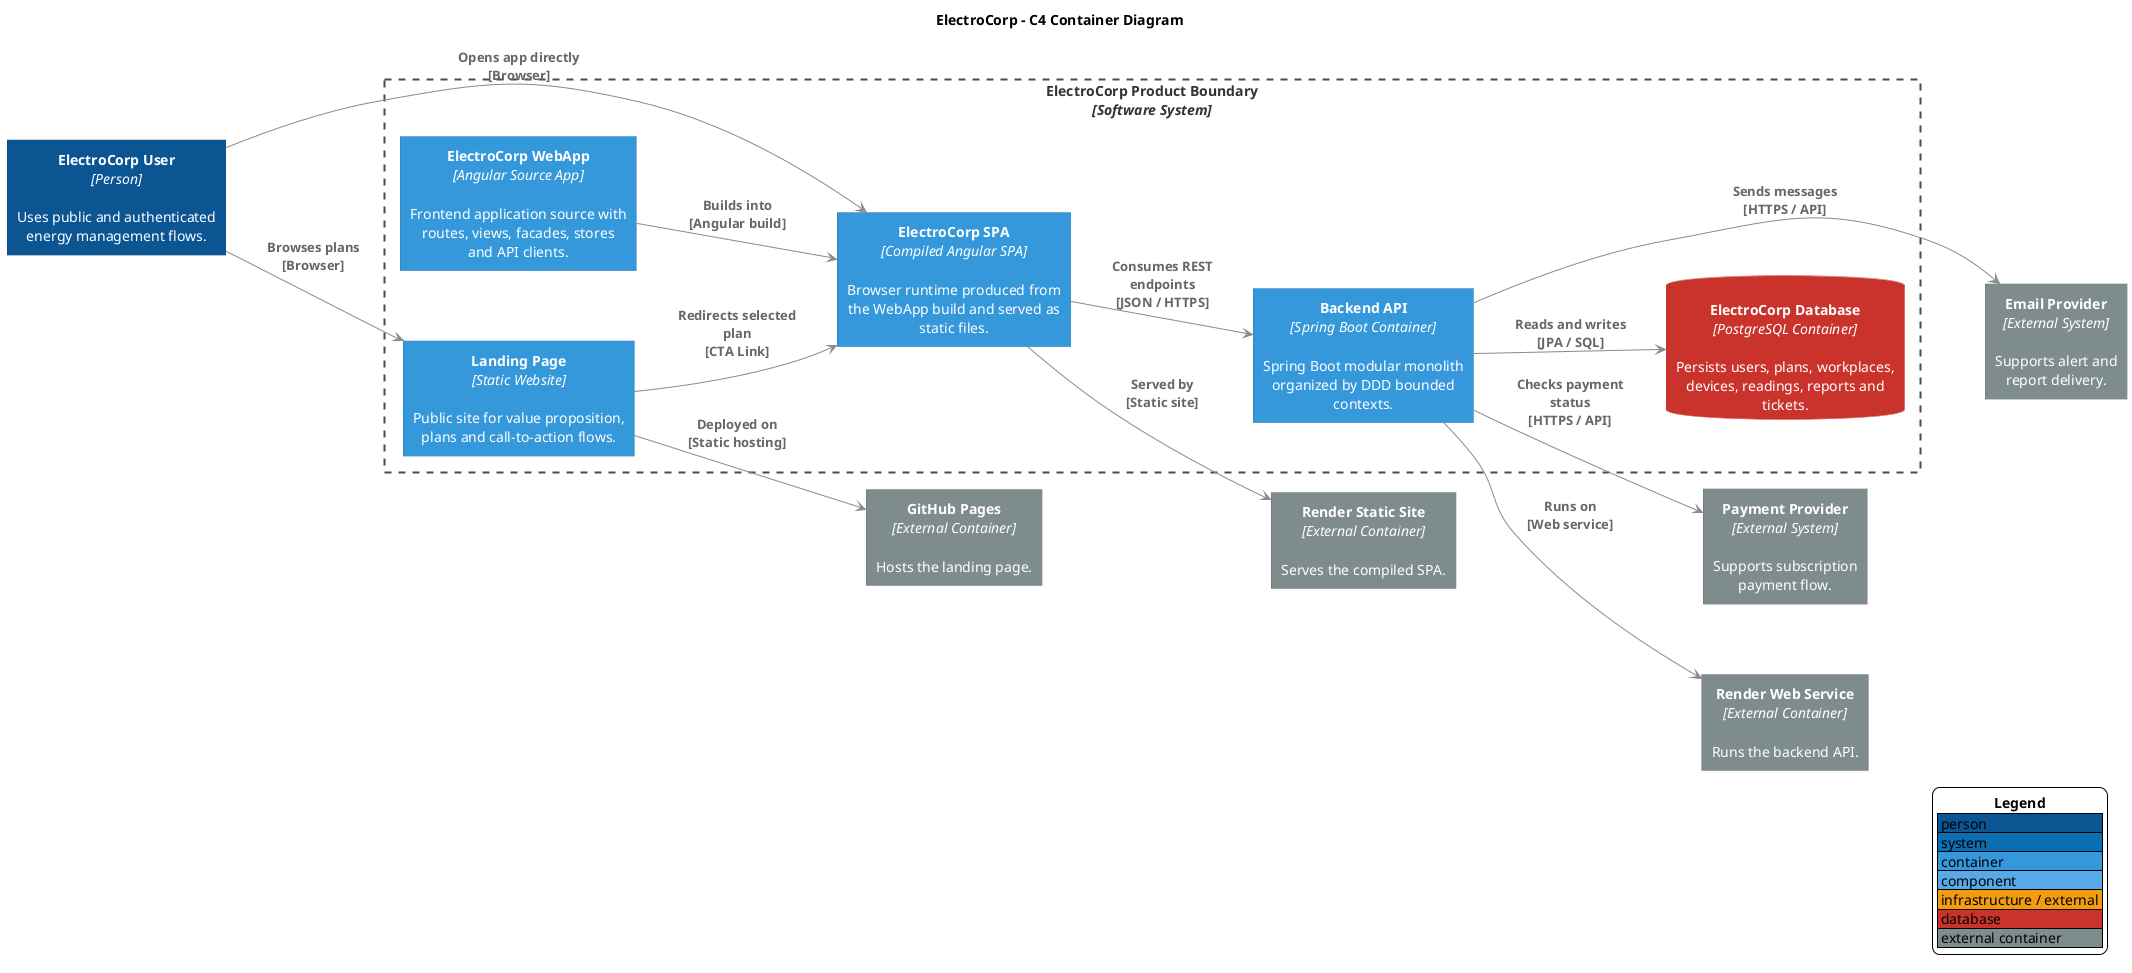
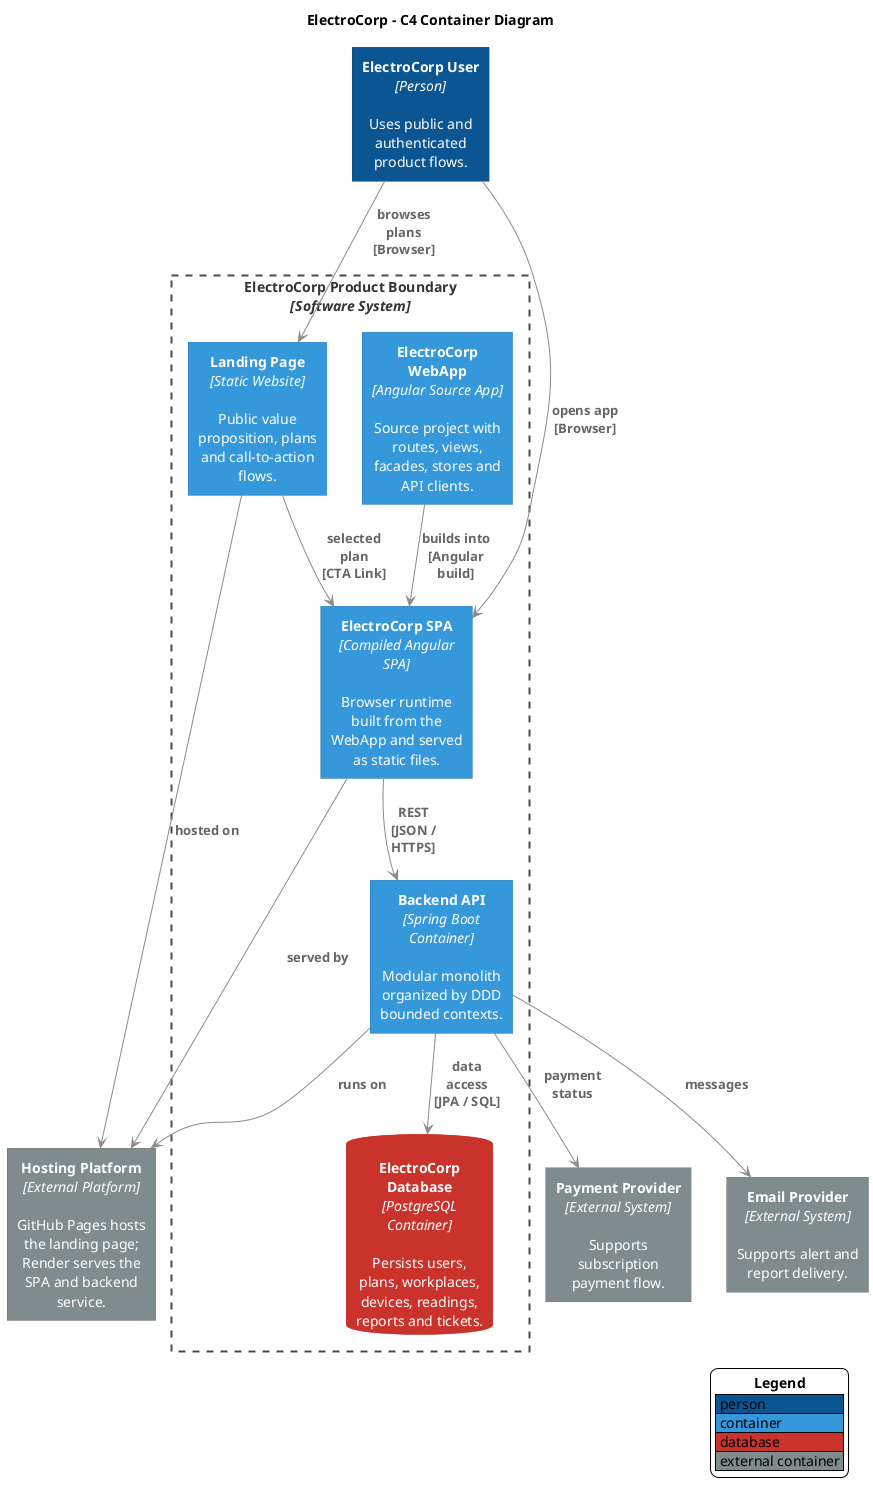
@startuml
skinparam backgroundColor #FFFFFF
skinparam shadowing false
skinparam defaultFontName Arial
skinparam defaultTextAlignment center
- skinparam wrapWidth 220
- skinparam maxMessageSize 130
- skinparam nodesep 70
- skinparam ranksep 80
+ skinparam wrapWidth 135
+ skinparam maxMessageSize 70
+ skinparam nodesep 35
+ skinparam ranksep 45
skinparam ArrowColor #8A8A8A
skinparam ArrowFontColor #666666
skinparam ArrowFontStyle bold
skinparam ArrowThickness 1
skinparam rectangleRoundCorner 0
skinparam rectangleBorderThickness 0
skinparam rectangleFontColor #FFFFFF
skinparam rectangleFontStyle plain
skinparam rectangle {
  BorderThickness 0
-   MinimumWidth 190
-   Padding 12
+   MinimumWidth 155
+   Padding 8
}
skinparam database {
-   MinimumWidth 210
-   Padding 12
+   MinimumWidth 165
+   Padding 8
}
skinparam rectangle<<SystemBoundary>> {
  BackgroundColor transparent
  BorderColor #4A4A4A
  BorderThickness 2
  BorderStyle dashed
  FontColor #333333
  FontStyle bold
-   MinimumWidth 760
-   Padding 18
- }
- skinparam rectangle<<BoundedContext>> {
-   BackgroundColor transparent
-   BorderColor #4A4A4A
-   BorderThickness 2
-   BorderStyle dashed
-   FontColor #333333
-   FontStyle bold
-   MinimumWidth 760
-   Padding 18
+   MinimumWidth 640
+   Padding 12
}
skinparam databaseBackgroundColor #C9332B
skinparam databaseBorderColor #C9332B
skinparam databaseFontColor #FFFFFF
skinparam databaseFontStyle plain
hide stereotype
- left to right direction
+ top to bottom direction

title ElectroCorp - C4 Container Diagram

- rectangle "<b>ElectroCorp User</b>\n<i>[Person]</i>\n\nUses public and authenticated\nenergy management flows." as User #0B5593
+ rectangle "<b>ElectroCorp User</b>\n<i>[Person]</i>\n\nUses public and authenticated product flows." as User #0B5593

- rectangle "<b>ElectroCorp Product Boundary</b>\n<i>[Software System]</i>" as Product <<SystemBoundary>> {
-   rectangle "<b>Landing Page</b>\n<i>[Static Website]</i>\n\nPublic site for value proposition, plans and call-to-action flows." as Website #3498DB
-   rectangle "<b>ElectroCorp WebApp</b>\n<i>[Angular Source App]</i>\n\nFrontend application source with routes, views, facades, stores and API clients." as WebApp #3498DB
-   rectangle "<b>ElectroCorp SPA</b>\n<i>[Compiled Angular SPA]</i>\n\nBrowser runtime produced from the WebApp build and served as static files." as Spa #3498DB
-   rectangle "<b>Backend API</b>\n<i>[Spring Boot Container]</i>\n\nSpring Boot modular monolith organized by DDD bounded contexts." as Api #3498DB
+ rectangle "<b>ElectroCorp Product Boundary</b>\n<i>[Software System]</i>" <<SystemBoundary>> {
+   rectangle "<b>Landing Page</b>\n<i>[Static Website]</i>\n\nPublic value proposition, plans and call-to-action flows." as Website #3498DB
+   rectangle "<b>ElectroCorp WebApp</b>\n<i>[Angular Source App]</i>\n\nSource project with routes, views, facades, stores and API clients." as WebApp #3498DB
+   rectangle "<b>ElectroCorp SPA</b>\n<i>[Compiled Angular SPA]</i>\n\nBrowser runtime built from the WebApp and served as static files." as Spa #3498DB
+ 
+   rectangle "<b>Backend API</b>\n<i>[Spring Boot Container]</i>\n\nModular monolith organized by DDD bounded contexts." as Api #3498DB
  database "<b>ElectroCorp Database</b>\n<i>[PostgreSQL Container]</i>\n\nPersists users, plans, workplaces, devices, readings, reports and tickets." as Db
}

- rectangle "<b>GitHub Pages</b>\n<i>[External Container]</i>\n\nHosts the landing page." as GithubPages #7F8C8D
- rectangle "<b>Render Static Site</b>\n<i>[External Container]</i>\n\nServes the compiled SPA." as RenderSpa #7F8C8D
- rectangle "<b>Render Web Service</b>\n<i>[External Container]</i>\n\nRuns the backend API." as RenderApi #7F8C8D
- rectangle "<b>Payment Provider</b>\n<i>[External System]</i>\n\nSupports subscription\npayment flow." as Payment #7F8C8D
- rectangle "<b>Email Provider</b>\n<i>[External System]</i>\n\nSupports alert and\nreport delivery." as Mail #7F8C8D
+ rectangle "<b>Hosting Platform</b>\n<i>[External Platform]</i>\n\nGitHub Pages hosts the landing page; Render serves the SPA and backend service." as Hosting #7F8C8D
+ rectangle "<b>Payment Provider</b>\n<i>[External System]</i>\n\nSupports subscription payment flow." as Payment #7F8C8D
+ rectangle "<b>Email Provider</b>\n<i>[External System]</i>\n\nSupports alert and report delivery." as Mail #7F8C8D

- User --> Website : Browses plans\n[Browser]
- Website --> Spa : Redirects selected\nplan\n[CTA Link]
- User --> Spa : Opens app directly\n[Browser]
- WebApp --> Spa : Builds into\n[Angular build]
- Spa --> Api : Consumes REST\nendpoints\n[JSON / HTTPS]
- Api --> Db : Reads and writes\n[JPA / SQL]
- Website --> GithubPages : Deployed on\n[Static hosting]
- Spa --> RenderSpa : Served by\n[Static site]
- Api --> RenderApi : Runs on\n[Web service]
- Api --> Payment : Checks payment\nstatus\n[HTTPS / API]
- Api --> Mail : Sends messages\n[HTTPS / API]
+ User --> Website : browses plans\n[Browser]
+ Website --> Spa : selected plan\n[CTA Link]
+ User --> Spa : opens app\n[Browser]
+ WebApp --> Spa : builds into\n[Angular build]
+ Spa --> Api : REST\n[JSON / HTTPS]
+ Api --> Db : data access\n[JPA / SQL]
+ 
+ Website --> Hosting : hosted on
+ Spa --> Hosting : served by
+ Api --> Hosting : runs on
+ Api --> Payment : payment status
+ Api --> Mail : messages

Website -[hidden]right- WebApp
WebApp -[hidden]right- Spa
- Spa -[hidden]right- Api
+ Spa -[hidden]down- Api
Api -[hidden]right- Db
- GithubPages -[hidden]down- RenderSpa
- RenderSpa -[hidden]down- RenderApi
- Payment -[hidden]down- Mail
+ Hosting -[hidden]right- Payment
+ Payment -[hidden]right- Mail

legend right
  <b>Legend</b>
  |<#0B5593> person |
-   |<#0B6FB3> system |
  |<#3498DB> container |
-   |<#58A9E8> component |
-   |<#F39C12> infrastructure / external |
  |<#C9332B> database |
  |<#7F8C8D> external container |
endlegend

@enduml
